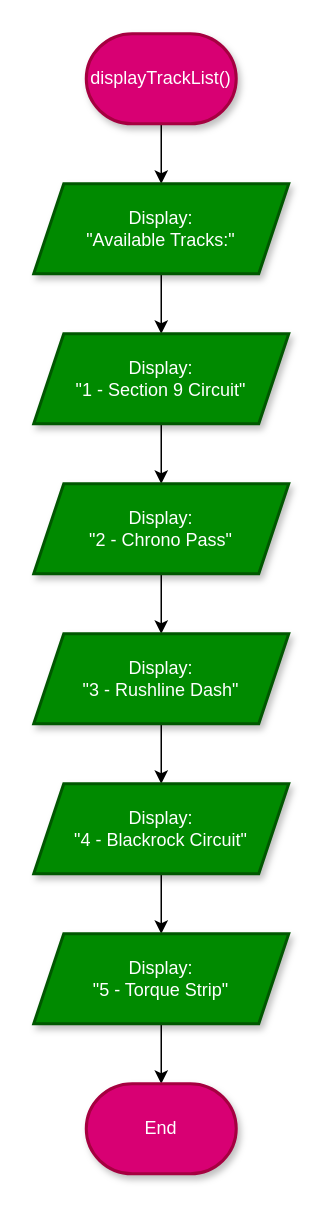
Earlier version of the draw.io diagram Flowcharts (draw.io)/04. displayTrackList.drawio (shahxvi/csc126-group-project). Source tidied: cells renumbered, new cells numbered last; positions are measured from the earlier drawing's top-left corner, leaving out a move shared by most shapes. Both pictures are drawn from the tidied source at 150%, with x=0, y=0 at pixel (33, 33).
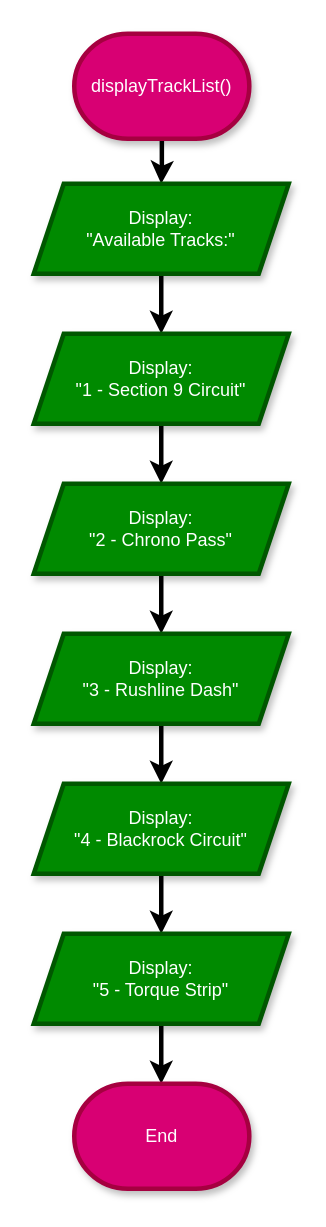
Above is the later version.

The edit, as a diff of the source:
```diff
@@
 <mxGraphModel>
   <root>
     <mxCell id="0" />
     <mxCell id="1" parent="0" />
-    <mxCell id="2" style="edgeStyle=orthogonalEdgeStyle;rounded=0;jettySize=auto;html=1;" parent="1" edge="1" source="3" target="5">
+    <mxCell id="2" style="edgeStyle=orthogonalEdgeStyle;rounded=0;jettySize=auto;html=1;strokeWidth=3;" parent="1" edge="1" source="3" target="5">
       <mxGeometry relative="1" as="geometry" />
     </mxCell>
-    <mxCell id="3" value="displayTrackList()" style="strokeWidth=2;html=1;shape=mxgraph.flowchart.terminator;whiteSpace=wrap;fillColor=#d80073;fontColor=#ffffff;strokeColor=#A50040;shadow=1;" parent="1" vertex="1">
-      <mxGeometry x="35" width="100" height="60" as="geometry" />
+    <mxCell id="3" value="displayTrackList()" style="strokeWidth=3;html=1;shape=mxgraph.flowchart.terminator;whiteSpace=wrap;fillColor=#d80073;fontColor=#ffffff;strokeColor=#A50040;shadow=1;" parent="1" vertex="1">
+      <mxGeometry x="27" width="116.7" height="70" as="geometry" />
     </mxCell>
-    <mxCell id="4" style="edgeStyle=orthogonalEdgeStyle;rounded=0;jettySize=auto;html=1;" parent="1" edge="1" source="5" target="7">
+    <mxCell id="4" style="edgeStyle=orthogonalEdgeStyle;rounded=0;jettySize=auto;html=1;strokeWidth=3;" parent="1" edge="1" source="5" target="7">
       <mxGeometry relative="1" as="geometry" />
     </mxCell>
-    <mxCell id="5" value="Display:&lt;div&gt;&quot;Available Tracks:&quot;&lt;/div&gt;" style="shape=parallelogram;perimeter=parallelogramPerimeter;whiteSpace=wrap;html=1;fixedSize=1;fillColor=#008a00;strokeColor=#005700;fontColor=#ffffff;strokeWidth=2;shadow=1;" parent="1" vertex="1">
+    <mxCell id="5" value="&lt;font style=&quot;color: rgb(255, 255, 255);&quot;&gt;Display:&lt;/font&gt;&lt;div&gt;&lt;font style=&quot;color: rgb(255, 255, 255);&quot;&gt;&quot;Available Tracks:&quot;&lt;/font&gt;&lt;/div&gt;" style="shape=parallelogram;perimeter=parallelogramPerimeter;whiteSpace=wrap;html=1;fixedSize=1;fillColor=#008a00;strokeColor=#005700;fontColor=#ffffff;strokeWidth=3;shadow=1;" parent="1" vertex="1">
       <mxGeometry y="100" width="170" height="60" as="geometry" />
     </mxCell>
-    <mxCell id="6" style="edgeStyle=orthogonalEdgeStyle;rounded=0;jettySize=auto;html=1;" parent="1" edge="1" source="7" target="9">
+    <mxCell id="6" style="edgeStyle=orthogonalEdgeStyle;rounded=0;jettySize=auto;html=1;strokeWidth=3;" parent="1" edge="1" source="7" target="9">
       <mxGeometry relative="1" as="geometry" />
     </mxCell>
-    <mxCell id="7" value="Display:&lt;div&gt;&quot;1 - Section 9 Circuit&quot;&lt;/div&gt;" style="shape=parallelogram;perimeter=parallelogramPerimeter;whiteSpace=wrap;html=1;fixedSize=1;fillColor=#008a00;strokeColor=#005700;fontColor=#ffffff;strokeWidth=2;shadow=1;" parent="1" vertex="1">
+    <mxCell id="7" value="&lt;font style=&quot;color: rgb(255, 255, 255);&quot;&gt;Display:&lt;/font&gt;&lt;div&gt;&lt;font style=&quot;color: rgb(255, 255, 255);&quot;&gt;&quot;1 - Section 9 Circuit&quot;&lt;/font&gt;&lt;/div&gt;" style="shape=parallelogram;perimeter=parallelogramPerimeter;whiteSpace=wrap;html=1;fixedSize=1;fillColor=#008a00;strokeColor=#005700;fontColor=#ffffff;strokeWidth=3;shadow=1;" parent="1" vertex="1">
       <mxGeometry y="200" width="170" height="60" as="geometry" />
     </mxCell>
-    <mxCell id="8" style="edgeStyle=orthogonalEdgeStyle;rounded=0;jettySize=auto;html=1;" parent="1" edge="1" source="9" target="11">
+    <mxCell id="8" style="edgeStyle=orthogonalEdgeStyle;rounded=0;jettySize=auto;html=1;strokeWidth=3;" parent="1" edge="1" source="9" target="11">
       <mxGeometry relative="1" as="geometry" />
     </mxCell>
-    <mxCell id="9" value="Display:&lt;div&gt;&quot;2 - Chrono Pass&quot;&lt;/div&gt;" style="shape=parallelogram;perimeter=parallelogramPerimeter;whiteSpace=wrap;html=1;fixedSize=1;fillColor=#008a00;strokeColor=#005700;fontColor=#ffffff;strokeWidth=2;shadow=1;" parent="1" vertex="1">
+    <mxCell id="9" value="&lt;font style=&quot;color: rgb(255, 255, 255);&quot;&gt;Display:&lt;/font&gt;&lt;div&gt;&lt;font style=&quot;color: rgb(255, 255, 255);&quot;&gt;&quot;2 - Chrono Pass&quot;&lt;/font&gt;&lt;/div&gt;" style="shape=parallelogram;perimeter=parallelogramPerimeter;whiteSpace=wrap;html=1;fixedSize=1;fillColor=#008a00;strokeColor=#005700;fontColor=#ffffff;strokeWidth=3;shadow=1;" parent="1" vertex="1">
       <mxGeometry y="300" width="170" height="60" as="geometry" />
     </mxCell>
-    <mxCell id="10" style="edgeStyle=orthogonalEdgeStyle;rounded=0;jettySize=auto;html=1;" parent="1" edge="1" source="11" target="13">
+    <mxCell id="10" style="edgeStyle=orthogonalEdgeStyle;rounded=0;jettySize=auto;html=1;strokeWidth=3;" parent="1" edge="1" source="11" target="13">
       <mxGeometry relative="1" as="geometry" />
     </mxCell>
-    <mxCell id="11" value="Display:&lt;div&gt;&quot;3 - Rushline Dash&quot;&lt;/div&gt;" style="shape=parallelogram;perimeter=parallelogramPerimeter;whiteSpace=wrap;html=1;fixedSize=1;fillColor=#008a00;strokeColor=#005700;fontColor=#ffffff;strokeWidth=2;shadow=1;" parent="1" vertex="1">
+    <mxCell id="11" value="&lt;font style=&quot;color: rgb(255, 255, 255);&quot;&gt;Display:&lt;/font&gt;&lt;div&gt;&lt;font style=&quot;color: rgb(255, 255, 255);&quot;&gt;&quot;3 - Rushline Dash&quot;&lt;/font&gt;&lt;/div&gt;" style="shape=parallelogram;perimeter=parallelogramPerimeter;whiteSpace=wrap;html=1;fixedSize=1;fillColor=#008a00;strokeColor=#005700;fontColor=#FFFFFF;strokeWidth=3;shadow=1;" parent="1" vertex="1">
       <mxGeometry y="400" width="170" height="60" as="geometry" />
     </mxCell>
-    <mxCell id="12" style="edgeStyle=orthogonalEdgeStyle;rounded=0;jettySize=auto;html=1;" parent="1" edge="1" source="13" target="15">
+    <mxCell id="12" style="edgeStyle=orthogonalEdgeStyle;rounded=0;jettySize=auto;html=1;strokeWidth=3;" parent="1" edge="1" source="13" target="15">
       <mxGeometry relative="1" as="geometry" />
     </mxCell>
-    <mxCell id="13" value="Display:&lt;div&gt;&quot;4 - Blackrock Circuit&quot;&lt;/div&gt;" style="shape=parallelogram;perimeter=parallelogramPerimeter;whiteSpace=wrap;html=1;fixedSize=1;fillColor=#008a00;strokeColor=#005700;fontColor=#ffffff;strokeWidth=2;shadow=1;" parent="1" vertex="1">
+    <mxCell id="13" value="&lt;font style=&quot;color: rgb(255, 255, 255);&quot;&gt;Display:&lt;/font&gt;&lt;div&gt;&lt;font style=&quot;color: rgb(255, 255, 255);&quot;&gt;&quot;4 - Blackrock Circuit&quot;&lt;/font&gt;&lt;/div&gt;" style="shape=parallelogram;perimeter=parallelogramPerimeter;whiteSpace=wrap;html=1;fixedSize=1;fillColor=#008a00;strokeColor=#005700;fontColor=#ffffff;strokeWidth=3;shadow=1;" parent="1" vertex="1">
       <mxGeometry y="500" width="170" height="60" as="geometry" />
     </mxCell>
-    <mxCell id="14" style="edgeStyle=orthogonalEdgeStyle;rounded=0;jettySize=auto;html=1;" parent="1" edge="1" source="15" target="16">
-      <mxGeometry relative="1" as="geometry" />
+    <mxCell id="14" style="edgeStyle=orthogonalEdgeStyle;rounded=0;jettySize=auto;html=1;strokeWidth=3;" parent="1" edge="1" source="15">
+      <mxGeometry relative="1" as="geometry">
+        <mxPoint x="85" y="700" as="targetPoint" />
+      </mxGeometry>
     </mxCell>
-    <mxCell id="15" value="Display:&lt;div&gt;&quot;5 - Torque Strip&quot;&lt;/div&gt;" style="shape=parallelogram;perimeter=parallelogramPerimeter;whiteSpace=wrap;html=1;fixedSize=1;fillColor=#008a00;strokeColor=#005700;fontColor=#ffffff;strokeWidth=2;shadow=1;" parent="1" vertex="1">
+    <mxCell id="15" value="&lt;font style=&quot;color: rgb(255, 255, 255);&quot;&gt;Display:&lt;/font&gt;&lt;div&gt;&lt;font style=&quot;color: rgb(255, 255, 255);&quot;&gt;&quot;5 - Torque Strip&quot;&lt;/font&gt;&lt;/div&gt;" style="shape=parallelogram;perimeter=parallelogramPerimeter;whiteSpace=wrap;html=1;fixedSize=1;fillColor=#008a00;strokeColor=#005700;fontColor=#ffffff;strokeWidth=3;shadow=1;" parent="1" vertex="1">
       <mxGeometry y="600" width="170" height="60" as="geometry" />
     </mxCell>
-    <mxCell id="16" value="End" style="strokeWidth=2;html=1;shape=mxgraph.flowchart.terminator;whiteSpace=wrap;fillColor=#d80073;fontColor=#ffffff;strokeColor=#A50040;shadow=1;" parent="1" vertex="1">
-      <mxGeometry x="35" y="700" width="100" height="60" as="geometry" />
+    <mxCell id="16" value="End" style="strokeWidth=3;html=1;shape=mxgraph.flowchart.terminator;whiteSpace=wrap;fillColor=#d80073;fontColor=#ffffff;strokeColor=#A50040;shadow=1;" parent="1" vertex="1">
+      <mxGeometry x="27" y="700" width="116.7" height="70" as="geometry" />
     </mxCell>
   </root>
 </mxGraphModel>
```
